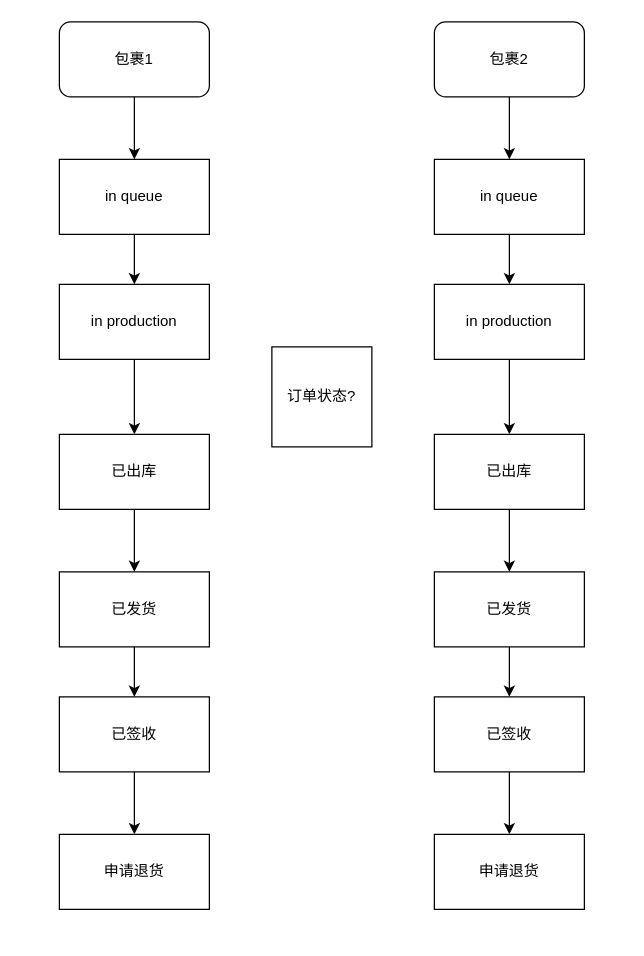
Above: 多包裹情况.drawio in tghtgh123000/diagrams (draw.io), before the change. Source tidied: cells renumbered, new cells numbered last; positions are measured from the earlier drawing's top-left corner, leaving out a move shared by most shapes. Both pictures are drawn from the tidied source at 125%, with x=0, y=0 at pixel (59, 21).
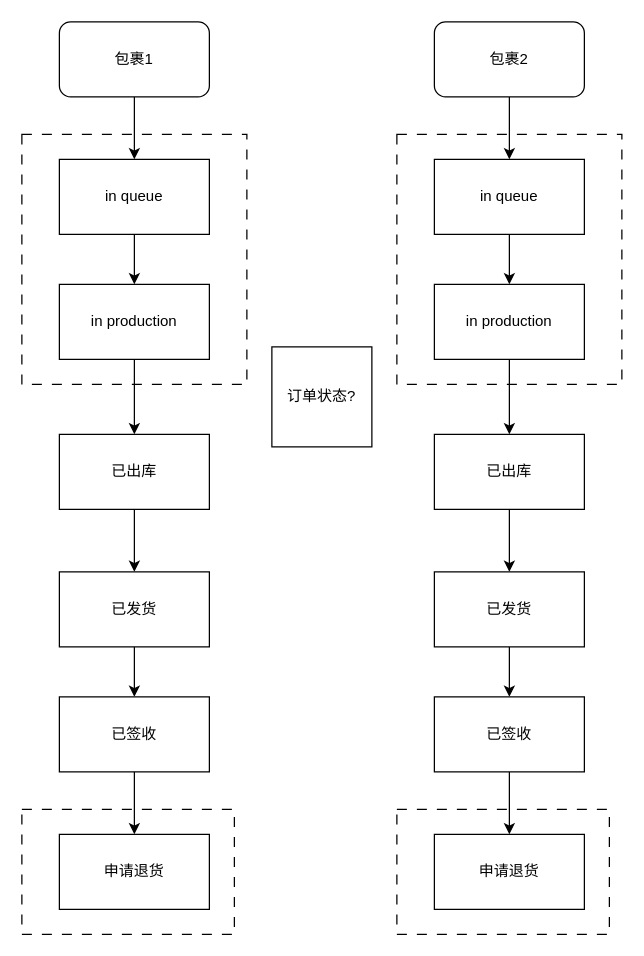
After the change.

Commit message:
更新多包裹情况.drawio

Change to the diagram source:
```diff
@@
+    <mxCell id="29" style="rounded=0;whiteSpace=wrap;html=1;dashed=1;dashPattern=8 8;fillColor=none;" parent="1" vertex="1">
+      <mxGeometry x="-30" y="90" width="180" height="200" as="geometry" />
+    </mxCell>
+    <mxCell id="30" style="rounded=0;whiteSpace=wrap;html=1;dashed=1;dashPattern=8 8;fillColor=none;" parent="1" vertex="1">
+      <mxGeometry x="270" y="90" width="180" height="200" as="geometry" />
+    </mxCell>
+    <mxCell id="31" style="rounded=0;whiteSpace=wrap;html=1;dashed=1;dashPattern=8 8;fillColor=none;" parent="1" vertex="1">
+      <mxGeometry x="-30" y="630" width="170" height="100" as="geometry" />
+    </mxCell>
+    <mxCell id="32" style="rounded=0;whiteSpace=wrap;html=1;dashed=1;dashPattern=8 8;fillColor=none;" parent="1" vertex="1">
+      <mxGeometry x="270" y="630" width="170" height="100" as="geometry" />
+    </mxCell>
```
